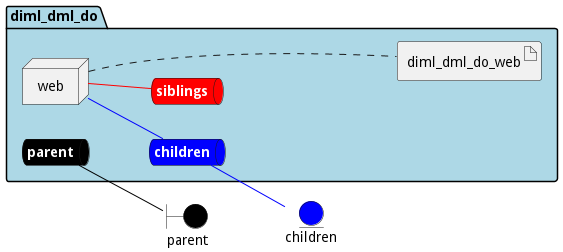
madajaju/edgemere keeps this PlantUML diagram as docs/edgemere/diml/dml/do/envs/test/deployment.png. Above is the earlier version.
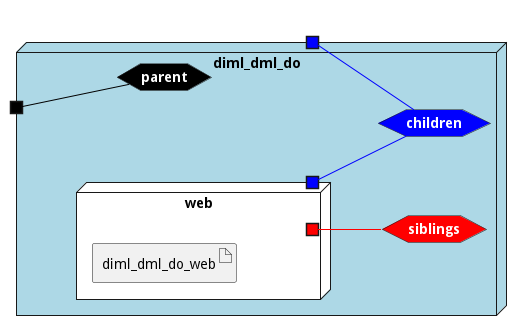
After the commit.

What changed in the source:
```diff
@@ -3,43 +3,45 @@
 left to right direction
 
 
-boundary parent #black
-
-
-entity children #blue
 
 
 
 
-package "diml_dml_do" #lightblue {
-    queue parentnet #black [
+
+node "diml_dml_do" #lightblue {
+
+
+    hexagon parentnet #black [
             <b><color:white>parent</color></b>
     ]
 
-    parentnet -[#black]- parent
+    portin " " as parentnetPortIn #black
+    parentnetPortIn -[#black]- parentnet
 
-    queue childrennet #blue [
+    hexagon childrennet #blue [
             <b><color:white>children</color></b>
     ]
 
-    childrennet -[#blue]- children
+    portout " " as childrennetPortOut #blue
+    childrennet -[#blue]- childrennetPortOut
 
-    queue siblingsnet #red [
+    hexagon siblingsnet #red [
             <b><color:white>siblings</color></b>
     ]
 
 
-node "web" as webService
+node "web" as webService #white {
+    portOut " " as webServicechildrennet #blue
+   webServicechildrennet -[#blue]- childrennet
+       portOut " " as webServicesiblingsnet #red
+   webServicesiblingsnet -[#red]- siblingsnet
 
 
-        artifact "diml_dml_do_web" as diml_dml_do_webimage
+    artifact "diml_dml_do_web" as diml_dml_do_webimage
 
 }
 
-webService -[#blue]- childrennet
-
-webService -[#red]- siblingsnet
-webService .... diml_dml_do_webimage
+}
 
 
 @enduml
```
